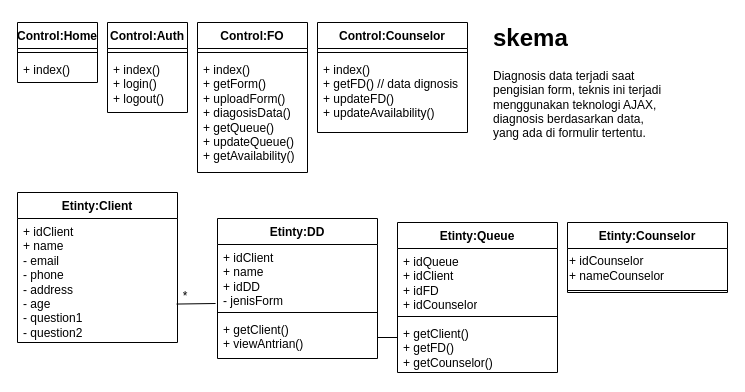
Before: Mini-Proj/Class-Diagram-MN.drawio in mahesri/uml_ads_sms3, a draw.io diagram. Source tidied: cells renumbered, new cells numbered last; positions are measured from the earlier drawing's top-left corner, leaving out a move shared by most shapes. Both pictures are drawn from the tidied source at 100%, with x=0, y=0 at pixel (17, 17).
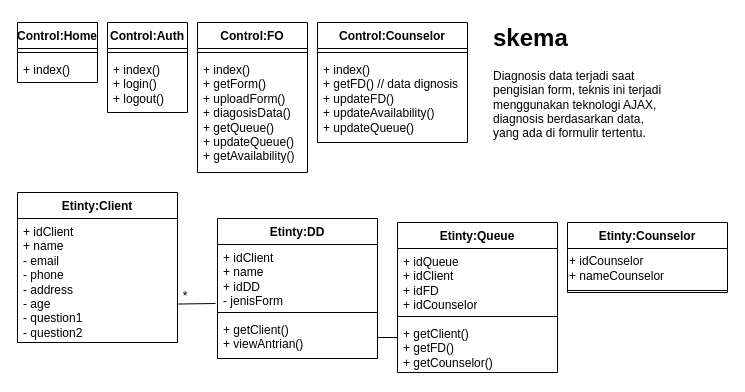
After the change.

The edit, as a diff of the source:
```diff
@@
     <mxCell id="22" value="Control:Counselor" style="swimlane;fontStyle=1;align=center;verticalAlign=top;horizontal=1;startSize=26;whiteSpace=wrap;html=1;" parent="1" vertex="1">
-      <mxGeometry x="300" y="5" width="150" height="110" as="geometry" />
+      <mxGeometry x="300" y="5" width="150" height="120" as="geometry" />
     </mxCell>
@@
-    <mxCell id="24" value="+ index()&amp;nbsp;&lt;br&gt;+ getFD() // data dignosis&lt;div&gt;+ updateFD()&amp;nbsp;&lt;div&gt;+ updateAvailability()&lt;/div&gt;&lt;/div&gt;" style="text;strokeColor=none;fillColor=none;align=left;verticalAlign=top;spacingLeft=4;spacingRight=4;overflow=hidden;whiteSpace=wrap;html=1;" parent="22" vertex="1">
-      <mxGeometry y="34" width="150" height="76" as="geometry" />
+    <mxCell id="24" value="+ index()&amp;nbsp;&lt;br&gt;+ getFD() // data dignosis&lt;div&gt;+ updateFD()&amp;nbsp;&lt;div&gt;+ updateAvailability()&lt;/div&gt;&lt;/div&gt;&lt;div&gt;+ updateQueue()&lt;/div&gt;" style="text;strokeColor=none;fillColor=none;align=left;verticalAlign=top;spacingLeft=4;spacingRight=4;overflow=hidden;whiteSpace=wrap;html=1;" parent="22" vertex="1">
+      <mxGeometry y="34" width="150" height="86" as="geometry" />
     </mxCell>
```
